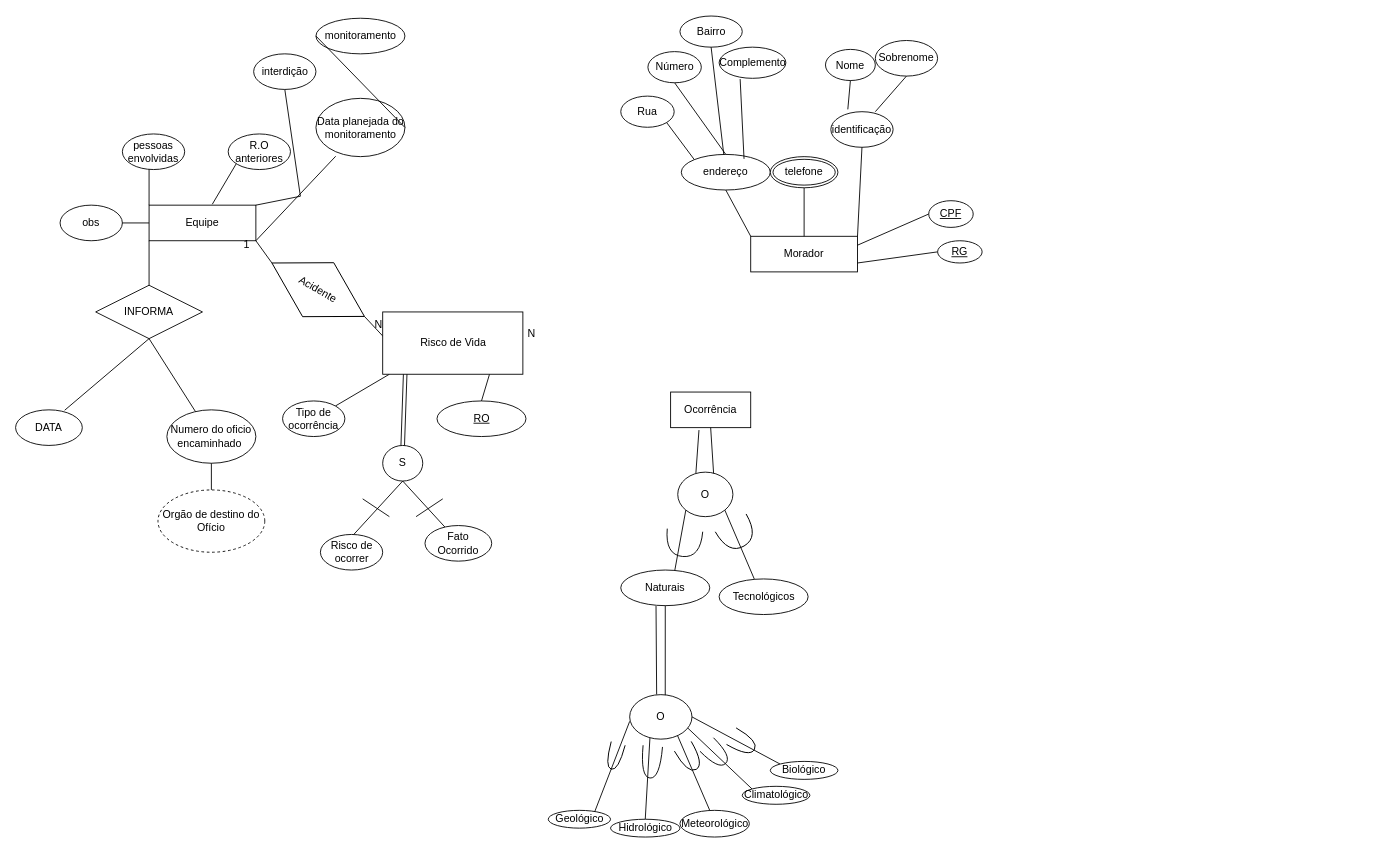
This is DiagramaER/diagramEntidadeRelacionamento.drawio from imreadyrod/ProjetoBancosDeDados, a draw.io file, before an edit. Source tidied: cells renumbered, new cells numbered last; positions are measured from the earlier drawing's top-left corner, leaving out a move shared by most shapes. Both pictures are drawn from the tidied source at 89%, with x=0, y=0 at pixel (15, 16).
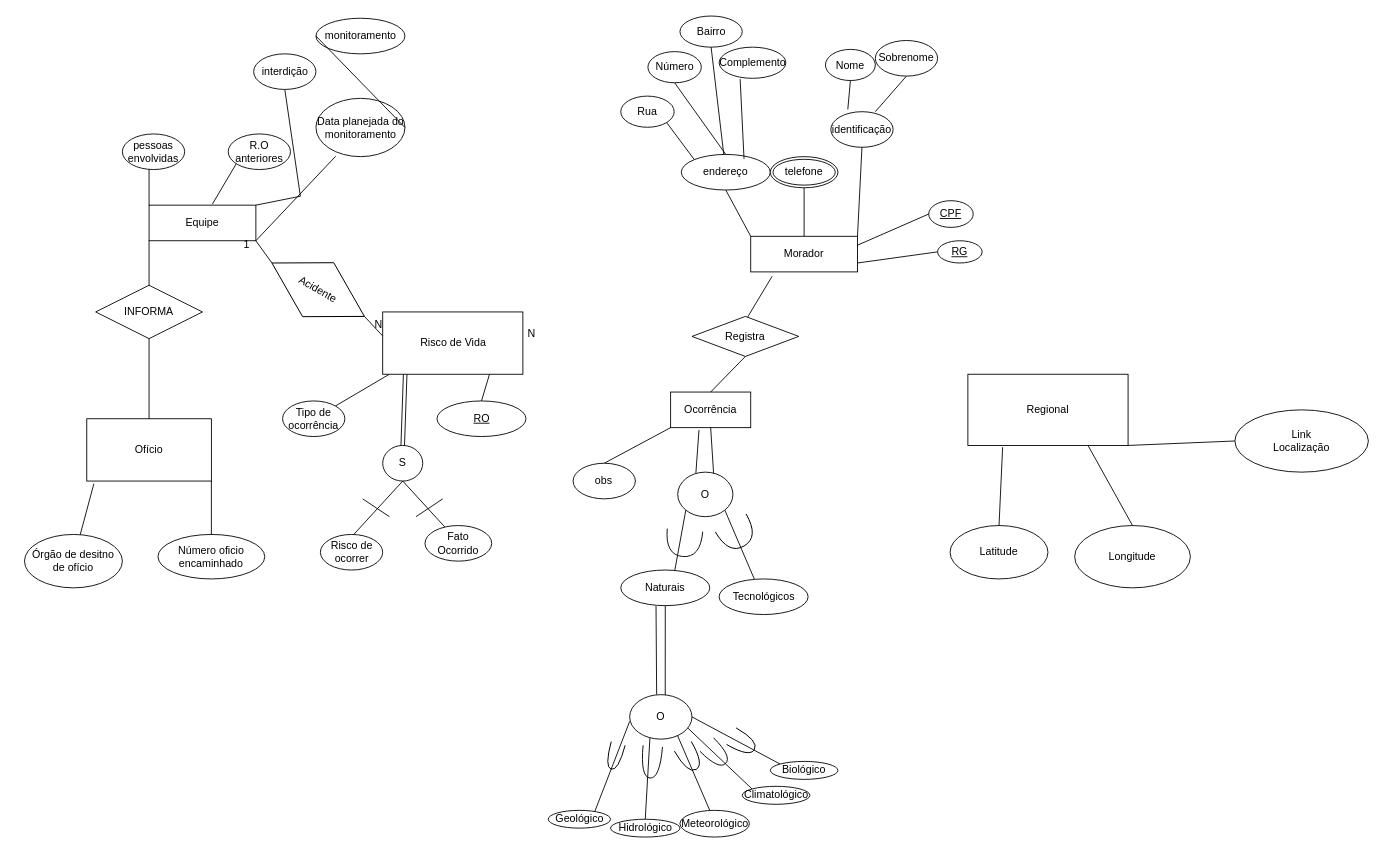
After the change.

The change refers to these unchanged cells:
```xml
<mxCell id="2" value="Equipe" style="rounded=0;whiteSpace=wrap;html=1;" parent="1" vertex="1">
  <mxGeometry x="150" y="212" width="120" height="40" as="geometry" />
</mxCell>
<mxCell id="33" value="INFORMA" style="shape=rhombus;perimeter=rhombusPerimeter;whiteSpace=wrap;html=1;align=center;" parent="1" vertex="1">
  <mxGeometry x="90" y="302" width="120" height="60" as="geometry" />
</mxCell>
<mxCell id="67" value="Ocorrência" style="whiteSpace=wrap;html=1;align=center;" parent="1" vertex="1">
  <mxGeometry x="736" y="422" width="90" height="40" as="geometry" />
</mxCell>
```

Diff of the diagram source:
```diff
@@
-    <mxCell id="10" style="endArrow=none;html=1;rounded=0;exitX=0;exitY=0.5;exitDx=0;exitDy=0;" parent="1" edge="1" source="2">
-      <mxGeometry relative="1" as="geometry">
-        <mxPoint x="110" y="232" as="targetPoint" />
-      </mxGeometry>
+    <mxCell id="10" style="endArrow=none;html=1;rounded=0;exitX=0;exitY=1;exitDx=0;exitDy=0;entryX=0.5;entryY=0;entryDx=0;entryDy=0;" parent="1" edge="1" source="67" target="11">
+      <mxGeometry relative="1" as="geometry" />
     </mxCell>
     <mxCell id="11" value="obs" style="ellipse;whiteSpace=wrap;html=1;" parent="1" vertex="1">
-      <mxGeometry x="50" y="212" width="70" height="40" as="geometry" />
+      <mxGeometry x="626.4" y="502" width="70" height="40" as="geometry" />
     </mxCell>
-    <mxCell id="12" value="DATA" style="ellipse;whiteSpace=wrap;html=1;" parent="1" vertex="1">
-      <mxGeometry y="442" width="75" height="40" as="geometry" />
-    </mxCell>
@@
-    <mxCell id="14" value="Numero do oficio encaminhado&amp;nbsp;" style="ellipse;whiteSpace=wrap;html=1;" parent="1" vertex="1">
-      <mxGeometry x="170" y="442" width="100" height="60" as="geometry" />
-    </mxCell>
@@
-    <mxCell id="34" style="endArrow=none;html=1;rounded=0;exitX=0.5;exitY=1;exitDx=0;exitDy=0;entryX=0.735;entryY=0.012;entryDx=0;entryDy=0;entryPerimeter=0;" parent="1" edge="1" source="33" target="12">
-      <mxGeometry relative="1" as="geometry" />
-    </mxCell>
-    <mxCell id="35" style="endArrow=none;html=1;rounded=0;" parent="1" edge="1" target="14">
+    <mxCell id="35" style="endArrow=none;html=1;rounded=0;" parent="1" edge="1">
       <mxGeometry relative="1" as="geometry">
         <mxPoint x="150" y="362" as="sourcePoint" />
+        <mxPoint x="150" y="462" as="targetPoint" />
       </mxGeometry>
     </mxCell>
-    <mxCell id="36" value="Orgão de destino do Ofício" style="ellipse;whiteSpace=wrap;html=1;align=center;dashed=1;" parent="1" vertex="1">
-      <mxGeometry x="160" y="532" width="120" height="70" as="geometry" />
-    </mxCell>
-    <mxCell id="37" style="endArrow=none;html=1;rounded=0;exitX=0.5;exitY=1;exitDx=0;exitDy=0;" parent="1" edge="1" source="14" target="36">
-      <mxGeometry relative="1" as="geometry" />
-    </mxCell>
@@
+    <mxCell id="95" value="Ofício" style="whiteSpace=wrap;html=1;align=center;" parent="1" vertex="1">
+      <mxGeometry x="80" y="452" width="140" height="70" as="geometry" />
+    </mxCell>
+    <mxCell id="96" style="endArrow=none;html=1;rounded=0;exitX=0.057;exitY=1.043;exitDx=0;exitDy=0;exitPerimeter=0;" parent="1" edge="1" source="95" target="97">
+      <mxGeometry relative="1" as="geometry" />
+    </mxCell>
+    <mxCell id="97" value="Órgão de desitno de ofício" style="ellipse;whiteSpace=wrap;html=1;align=center;" parent="1" vertex="1">
+      <mxGeometry x="10" y="582" width="110" height="60" as="geometry" />
+    </mxCell>
+    <mxCell id="98" style="endArrow=none;html=1;rounded=0;exitX=1;exitY=1;exitDx=0;exitDy=0;" parent="1" edge="1" source="95">
+      <mxGeometry relative="1" as="geometry">
+        <mxPoint x="220" y="592" as="targetPoint" />
+      </mxGeometry>
+    </mxCell>
+    <mxCell id="99" value="Número oficio encaminhado" style="ellipse;whiteSpace=wrap;html=1;align=center;" parent="1" vertex="1">
+      <mxGeometry x="160" y="582" width="120" height="50" as="geometry" />
+    </mxCell>
+    <mxCell id="100" style="endArrow=none;html=1;rounded=0;" parent="1" edge="1">
+      <mxGeometry relative="1" as="geometry">
+        <mxPoint x="820" y="342" as="sourcePoint" />
+        <mxPoint x="850" y="292" as="targetPoint" />
+      </mxGeometry>
+    </mxCell>
+    <mxCell id="101" value="Registra" style="shape=rhombus;perimeter=rhombusPerimeter;whiteSpace=wrap;html=1;align=center;" parent="1" vertex="1">
+      <mxGeometry x="760" y="337" width="120" height="45" as="geometry" />
+    </mxCell>
+    <mxCell id="102" style="endArrow=none;html=1;rounded=0;entryX=0.5;entryY=1;entryDx=0;entryDy=0;exitX=0.5;exitY=0;exitDx=0;exitDy=0;" parent="1" edge="1" source="67" target="101">
+      <mxGeometry relative="1" as="geometry" />
+    </mxCell>
+    <mxCell id="103" value="Regional" style="whiteSpace=wrap;html=1;align=center;" parent="1" vertex="1">
+      <mxGeometry x="1070" y="402" width="180" height="80" as="geometry" />
+    </mxCell>
+    <mxCell id="104" style="endArrow=none;html=1;rounded=0;exitX=0.217;exitY=1.025;exitDx=0;exitDy=0;exitPerimeter=0;entryX=0.5;entryY=0;entryDx=0;entryDy=0;" parent="1" edge="1" source="103" target="105">
+      <mxGeometry relative="1" as="geometry" />
+    </mxCell>
+    <mxCell id="105" value="Latitude" style="ellipse;whiteSpace=wrap;html=1;align=center;" parent="1" vertex="1">
+      <mxGeometry x="1050" y="572" width="110" height="60" as="geometry" />
+    </mxCell>
+    <mxCell id="106" value="Longitude" style="ellipse;whiteSpace=wrap;html=1;align=center;" parent="1" vertex="1">
+      <mxGeometry x="1190" y="572" width="130" height="70" as="geometry" />
+    </mxCell>
+    <mxCell id="107" style="endArrow=none;html=1;rounded=0;entryX=0.75;entryY=1;entryDx=0;entryDy=0;exitX=0.5;exitY=0;exitDx=0;exitDy=0;" parent="1" edge="1" source="106" target="103">
+      <mxGeometry relative="1" as="geometry" />
+    </mxCell>
+    <mxCell id="108" style="endArrow=none;html=1;rounded=0;exitX=1;exitY=1;exitDx=0;exitDy=0;entryX=0;entryY=0.5;entryDx=0;entryDy=0;" parent="1" edge="1" source="103" target="109">
+      <mxGeometry relative="1" as="geometry" />
+    </mxCell>
+    <mxCell id="109" value="Link&lt;br&gt;Localização" style="ellipse;whiteSpace=wrap;html=1;align=center;" parent="1" vertex="1">
+      <mxGeometry x="1370" y="442" width="150" height="70" as="geometry" />
+    </mxCell>
```
